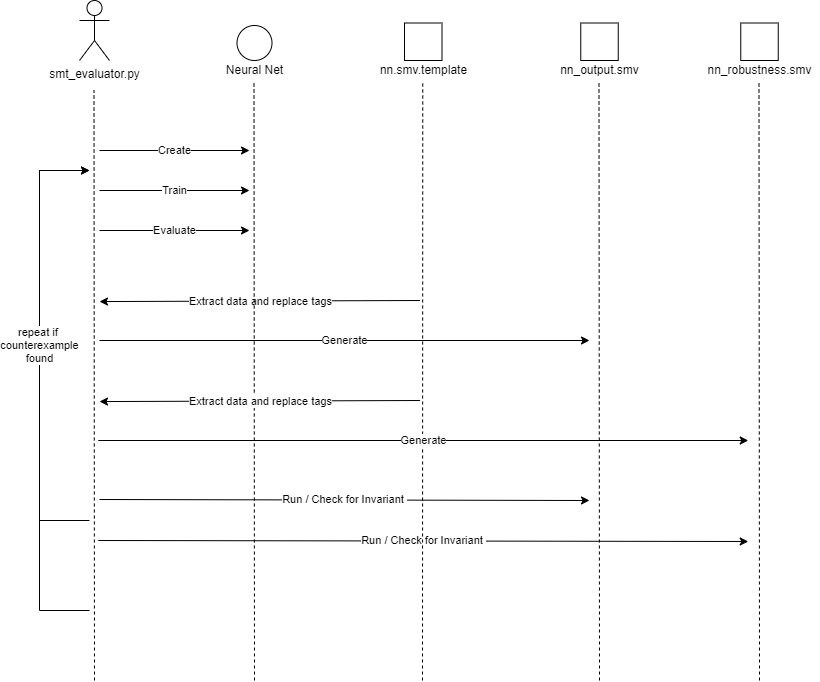
This is NN SMV Sequence Diagram (transparent).png from jdunn-git/SMV_Neural_Net_Evaluator, a draw.io export, as it was before one commit. Source tidied: cells renumbered, new cells last; positions are measured from the earlier drawing's top-left corner, leaving out a move shared by most shapes. The source it was exported from:
```xml
<mxGraphModel>
  <root>
    <mxCell id="0" />
    <mxCell id="1" parent="0" />
    <mxCell id="2" value="Create" style="endArrow=classic;html=1;rounded=0;" parent="1" edge="1">
      <mxGeometry relative="1" as="geometry">
        <mxPoint x="60" y="150" as="sourcePoint" />
        <mxPoint x="210" y="150" as="targetPoint" />
      </mxGeometry>
    </mxCell>
    <mxCell id="3" value="Train" style="endArrow=classic;html=1;rounded=0;" parent="1" edge="1">
      <mxGeometry relative="1" as="geometry">
        <mxPoint x="60" y="190" as="sourcePoint" />
        <mxPoint x="210" y="190" as="targetPoint" />
      </mxGeometry>
    </mxCell>
    <mxCell id="4" value="Extract data and replace tags" style="endArrow=classic;html=1;rounded=0;exitX=0;exitY=0.5;exitDx=0;exitDy=0;" parent="1" edge="1">
      <mxGeometry relative="1" as="geometry">
        <mxPoint x="380.5" y="300" as="sourcePoint" />
        <mxPoint x="60" y="301.1" as="targetPoint" />
      </mxGeometry>
    </mxCell>
    <mxCell id="5" value="Generate" style="endArrow=classic;html=1;rounded=0;exitX=1.005;exitY=0.459;exitDx=0;exitDy=0;exitPerimeter=0;" parent="1" edge="1">
      <mxGeometry relative="1" as="geometry">
        <mxPoint x="60" y="340" as="sourcePoint" />
        <mxPoint x="550" y="340" as="targetPoint" />
      </mxGeometry>
    </mxCell>
    <mxCell id="6" value="Evaluate" style="endArrow=classic;html=1;rounded=0;" parent="1" edge="1">
      <mxGeometry relative="1" as="geometry">
        <mxPoint x="60" y="230" as="sourcePoint" />
        <mxPoint x="210" y="230" as="targetPoint" />
      </mxGeometry>
    </mxCell>
    <mxCell id="7" value="Run / Check for Invariant&amp;nbsp;" style="endArrow=classic;html=1;rounded=0;exitX=0.995;exitY=0.525;exitDx=0;exitDy=0;exitPerimeter=0;" parent="1" edge="1">
      <mxGeometry relative="1" as="geometry">
        <mxPoint x="60" y="499" as="sourcePoint" />
        <mxPoint x="550" y="500" as="targetPoint" />
      </mxGeometry>
    </mxCell>
    <mxCell id="8" value="Run / Check for Invariant&amp;nbsp;" style="endArrow=classic;html=1;rounded=0;exitX=0.995;exitY=0.725;exitDx=0;exitDy=0;exitPerimeter=0;" parent="1" edge="1">
      <mxGeometry relative="1" as="geometry">
        <mxPoint x="58.7" y="540" as="sourcePoint" />
        <mxPoint x="708.8" y="541" as="targetPoint" />
      </mxGeometry>
    </mxCell>
    <mxCell id="9" value="smt_evaluator.py" style="shape=umlActor;verticalLabelPosition=bottom;verticalAlign=top;html=1;" parent="1" vertex="1">
      <mxGeometry x="40" width="30" height="60" as="geometry" />
    </mxCell>
    <mxCell id="10" style="endArrow=none;dashed=1;html=1;rounded=0;" parent="1" edge="1">
      <mxGeometry relative="1" as="geometry">
        <mxPoint x="55" y="680" as="sourcePoint" />
        <mxPoint x="54.5" y="90" as="targetPoint" />
      </mxGeometry>
    </mxCell>
    <mxCell id="11" style="ellipse;whiteSpace=wrap;html=1;" parent="1" vertex="1">
      <mxGeometry x="197.5" y="25" width="35" height="35" as="geometry" />
    </mxCell>
    <mxCell id="12" value="Neural Net" style="text;html=1;align=center;verticalAlign=middle;strokeColor=none;fillColor=none;" parent="1" vertex="1">
      <mxGeometry x="180" y="60" width="70" height="20" as="geometry" />
    </mxCell>
    <mxCell id="13" style="endArrow=none;dashed=1;html=1;rounded=0;" parent="1" edge="1">
      <mxGeometry relative="1" as="geometry">
        <mxPoint x="215" y="680" as="sourcePoint" />
        <mxPoint x="214.5" y="80" as="targetPoint" />
      </mxGeometry>
    </mxCell>
    <mxCell id="14" style="whiteSpace=wrap;html=1;" parent="1" vertex="1">
      <mxGeometry x="365" y="22.5" width="37.5" height="37.5" as="geometry" />
    </mxCell>
    <mxCell id="15" value="nn.smv.template" style="text;html=1;align=center;verticalAlign=middle;strokeColor=none;fillColor=none;" parent="1" vertex="1">
      <mxGeometry x="333.8" y="60" width="100" height="20" as="geometry" />
    </mxCell>
    <mxCell id="16" style="endArrow=none;dashed=1;html=1;rounded=0;" parent="1" edge="1">
      <mxGeometry relative="1" as="geometry">
        <mxPoint x="383" y="680" as="sourcePoint" />
        <mxPoint x="383.2" y="80" as="targetPoint" />
      </mxGeometry>
    </mxCell>
    <mxCell id="17" style="whiteSpace=wrap;html=1;" parent="1" vertex="1">
      <mxGeometry x="541.2" y="22.5" width="37.5" height="37.5" as="geometry" />
    </mxCell>
    <mxCell id="18" value="nn_output.smv" style="text;html=1;align=center;verticalAlign=middle;strokeColor=none;fillColor=none;" parent="1" vertex="1">
      <mxGeometry x="515" y="60" width="90" height="20" as="geometry" />
    </mxCell>
    <mxCell id="19" style="whiteSpace=wrap;html=1;" parent="1" vertex="1">
      <mxGeometry x="701.2" y="22.5" width="37.5" height="37.5" as="geometry" />
    </mxCell>
    <mxCell id="20" value="nn_robustness.smv" style="text;html=1;align=center;verticalAlign=middle;strokeColor=none;fillColor=none;" parent="1" vertex="1">
      <mxGeometry x="660" y="60" width="120" height="20" as="geometry" />
    </mxCell>
    <mxCell id="21" style="endArrow=none;dashed=1;html=1;rounded=0;" parent="1" edge="1">
      <mxGeometry relative="1" as="geometry">
        <mxPoint x="560" y="680" as="sourcePoint" />
        <mxPoint x="559.5" y="80" as="targetPoint" />
      </mxGeometry>
    </mxCell>
    <mxCell id="22" style="endArrow=none;dashed=1;html=1;rounded=0;" parent="1" edge="1">
      <mxGeometry relative="1" as="geometry">
        <mxPoint x="720" y="680" as="sourcePoint" />
        <mxPoint x="719.5" y="80" as="targetPoint" />
      </mxGeometry>
    </mxCell>
    <mxCell id="23" value="Generate" style="endArrow=classic;html=1;rounded=0;" parent="1" edge="1">
      <mxGeometry relative="1" as="geometry">
        <mxPoint x="58.8" y="440" as="sourcePoint" />
        <mxPoint x="708.8" y="440" as="targetPoint" />
      </mxGeometry>
    </mxCell>
    <mxCell id="24" style="endArrow=classic;html=1;rounded=0;" parent="1" edge="1">
      <mxGeometry relative="1" as="geometry">
        <mxPoint x="50" y="610" as="sourcePoint" />
        <mxPoint x="50" y="170" as="targetPoint" />
        <Array as="points">
          <mxPoint y="610" />
          <mxPoint y="170" />
        </Array>
      </mxGeometry>
    </mxCell>
    <mxCell id="25" value="repeat if&amp;nbsp;&lt;br&gt;counterexample&lt;br&gt;found" style="endArrow=classic;html=1;rounded=0;" parent="1" edge="1">
      <mxGeometry relative="1" as="geometry">
        <mxPoint x="50" y="520" as="sourcePoint" />
        <mxPoint x="50" y="170" as="targetPoint" />
        <Array as="points">
          <mxPoint y="520" />
          <mxPoint y="170" />
        </Array>
      </mxGeometry>
    </mxCell>
    <mxCell id="26" value="Extract data and replace tags" style="endArrow=classic;html=1;rounded=0;exitX=0;exitY=0.5;exitDx=0;exitDy=0;" parent="1" edge="1">
      <mxGeometry relative="1" as="geometry">
        <mxPoint x="380.5" y="400" as="sourcePoint" />
        <mxPoint x="60" y="401.1" as="targetPoint" />
      </mxGeometry>
    </mxCell>
  </root>
</mxGraphModel>
```
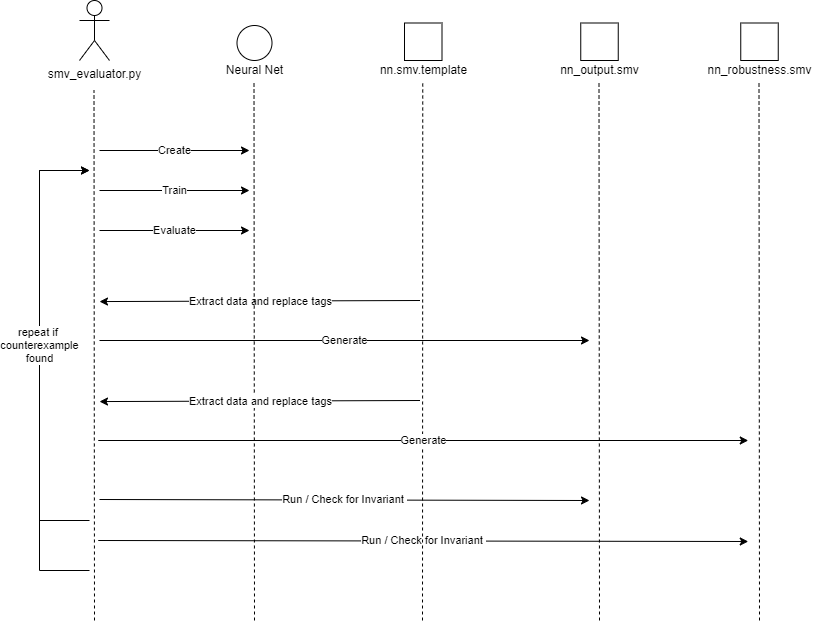
Later version of the same file.

What changed in the source:
```diff
@@ -44,12 +44,12 @@
         <mxPoint x="708.8" y="541" as="targetPoint" />
       </mxGeometry>
     </mxCell>
-    <mxCell id="9" value="smt_evaluator.py" style="shape=umlActor;verticalLabelPosition=bottom;verticalAlign=top;html=1;" parent="1" vertex="1">
+    <mxCell id="9" value="smv_evaluator.py" style="shape=umlActor;verticalLabelPosition=bottom;verticalAlign=top;html=1;" parent="1" vertex="1">
       <mxGeometry x="40" width="30" height="60" as="geometry" />
     </mxCell>
     <mxCell id="10" style="endArrow=none;dashed=1;html=1;rounded=0;" parent="1" edge="1">
       <mxGeometry relative="1" as="geometry">
-        <mxPoint x="55" y="680" as="sourcePoint" />
+        <mxPoint x="55" y="620" as="sourcePoint" />
         <mxPoint x="54.5" y="90" as="targetPoint" />
       </mxGeometry>
     </mxCell>
@@ -61,7 +61,7 @@
     </mxCell>
     <mxCell id="13" style="endArrow=none;dashed=1;html=1;rounded=0;" parent="1" edge="1">
       <mxGeometry relative="1" as="geometry">
-        <mxPoint x="215" y="680" as="sourcePoint" />
+        <mxPoint x="215" y="620" as="sourcePoint" />
         <mxPoint x="214.5" y="80" as="targetPoint" />
       </mxGeometry>
     </mxCell>
@@ -73,7 +73,7 @@
     </mxCell>
     <mxCell id="16" style="endArrow=none;dashed=1;html=1;rounded=0;" parent="1" edge="1">
       <mxGeometry relative="1" as="geometry">
-        <mxPoint x="383" y="680" as="sourcePoint" />
+        <mxPoint x="383" y="620" as="sourcePoint" />
         <mxPoint x="383.2" y="80" as="targetPoint" />
       </mxGeometry>
     </mxCell>
@@ -91,13 +91,13 @@
     </mxCell>
     <mxCell id="21" style="endArrow=none;dashed=1;html=1;rounded=0;" parent="1" edge="1">
       <mxGeometry relative="1" as="geometry">
-        <mxPoint x="560" y="680" as="sourcePoint" />
+        <mxPoint x="560" y="620" as="sourcePoint" />
         <mxPoint x="559.5" y="80" as="targetPoint" />
       </mxGeometry>
     </mxCell>
     <mxCell id="22" style="endArrow=none;dashed=1;html=1;rounded=0;" parent="1" edge="1">
       <mxGeometry relative="1" as="geometry">
-        <mxPoint x="720" y="680" as="sourcePoint" />
+        <mxPoint x="720" y="620" as="sourcePoint" />
         <mxPoint x="719.5" y="80" as="targetPoint" />
       </mxGeometry>
     </mxCell>
@@ -109,10 +109,10 @@
     </mxCell>
     <mxCell id="24" style="endArrow=classic;html=1;rounded=0;" parent="1" edge="1">
       <mxGeometry relative="1" as="geometry">
-        <mxPoint x="50" y="610" as="sourcePoint" />
+        <mxPoint x="50" y="570" as="sourcePoint" />
         <mxPoint x="50" y="170" as="targetPoint" />
         <Array as="points">
-          <mxPoint y="610" />
+          <mxPoint y="570" />
           <mxPoint y="170" />
         </Array>
       </mxGeometry>
```
